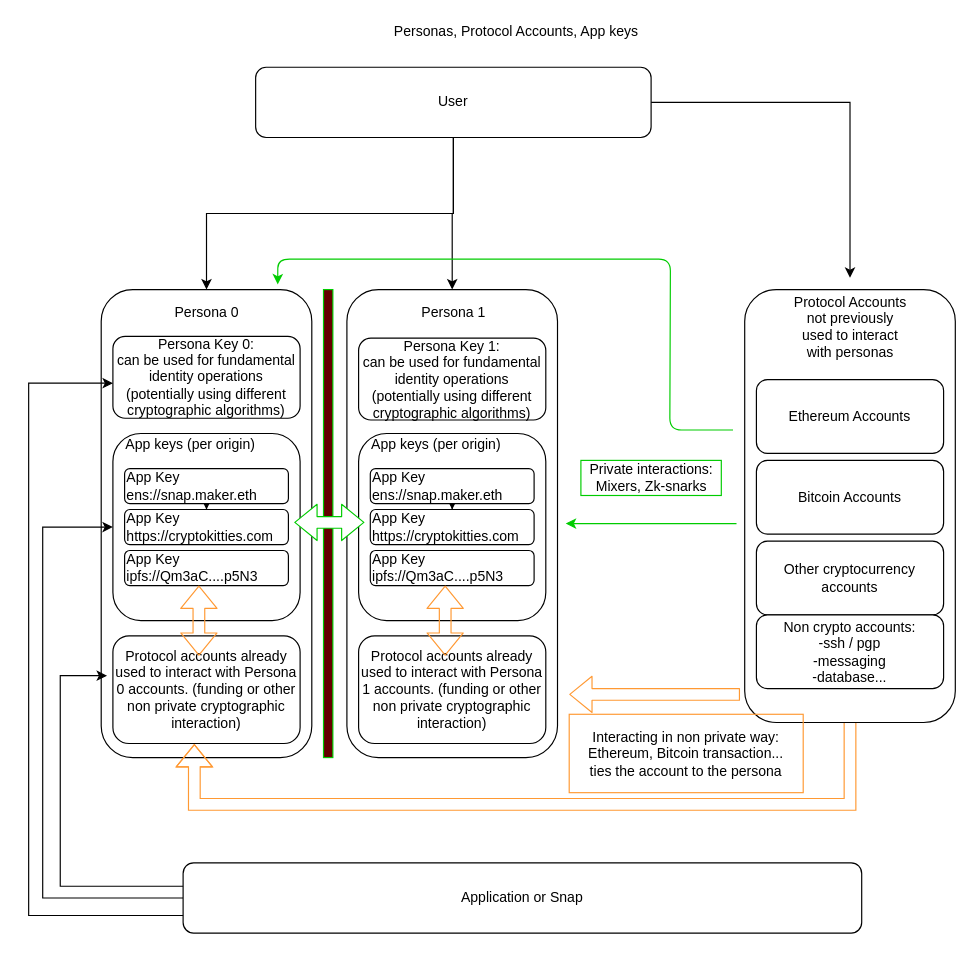
The draw.io diagram personas.drawio in Bunjin/metamask-research, before the edit. Source tidied: cells renumbered, new cells numbered last; positions are measured from the earlier drawing's top-left corner, leaving out a move shared by most shapes. Both pictures are drawn from the tidied source at 117%, with x=0, y=0 at pixel (28, 20).
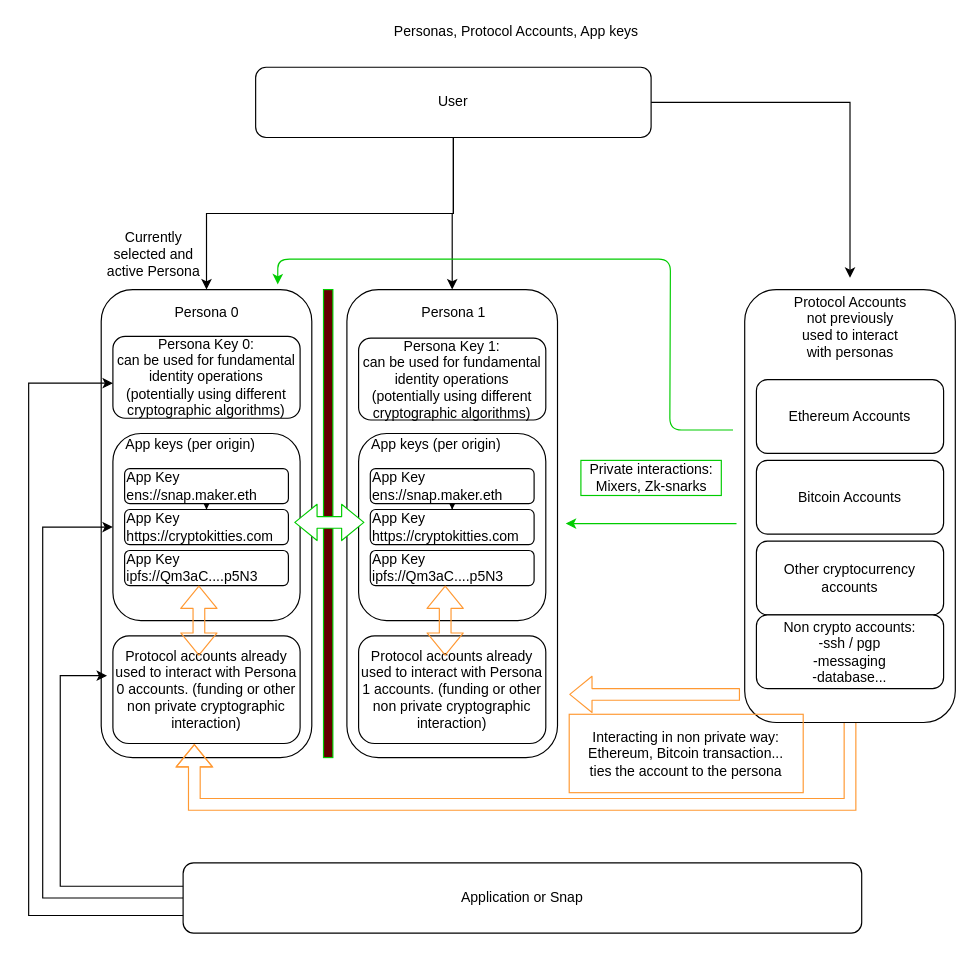
The same diagram, later.

What changed in the source:
```diff
@@
+    <mxCell id="47" value="Currently selected and active Persona" style="text;html=1;strokeColor=none;fillColor=none;align=center;verticalAlign=middle;whiteSpace=wrap;rounded=0;" parent="1" vertex="1">
+      <mxGeometry x="62" y="190" width="90" height="20" as="geometry" />
+    </mxCell>
```
